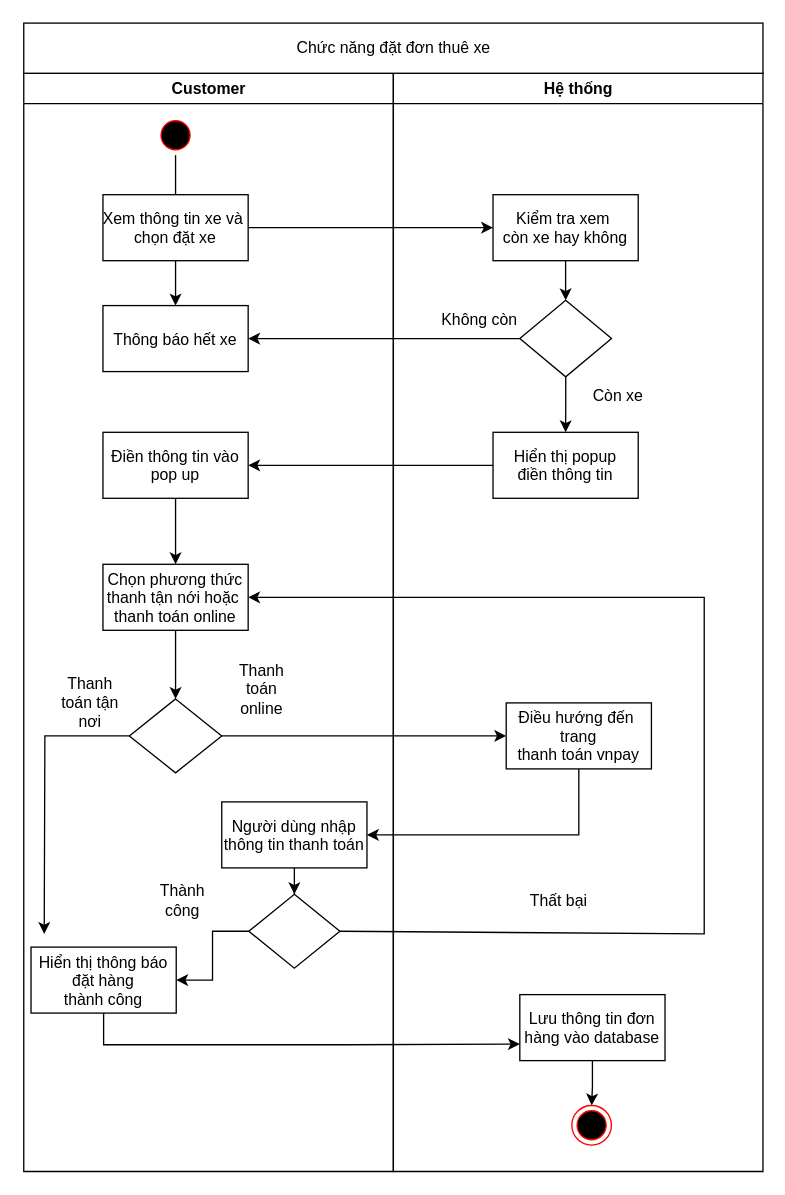
Above: Baocao/biểu đồ hành động đặt xe.drawio in VanLuyen31012003/Doan (draw.io), before the change. Source tidied: cells renumbered, new cells numbered last; positions are measured from the earlier drawing's top-left corner, leaving out a move shared by most shapes. Both pictures are drawn from the tidied source at 132%, with x=0, y=0 at pixel (22, 22).
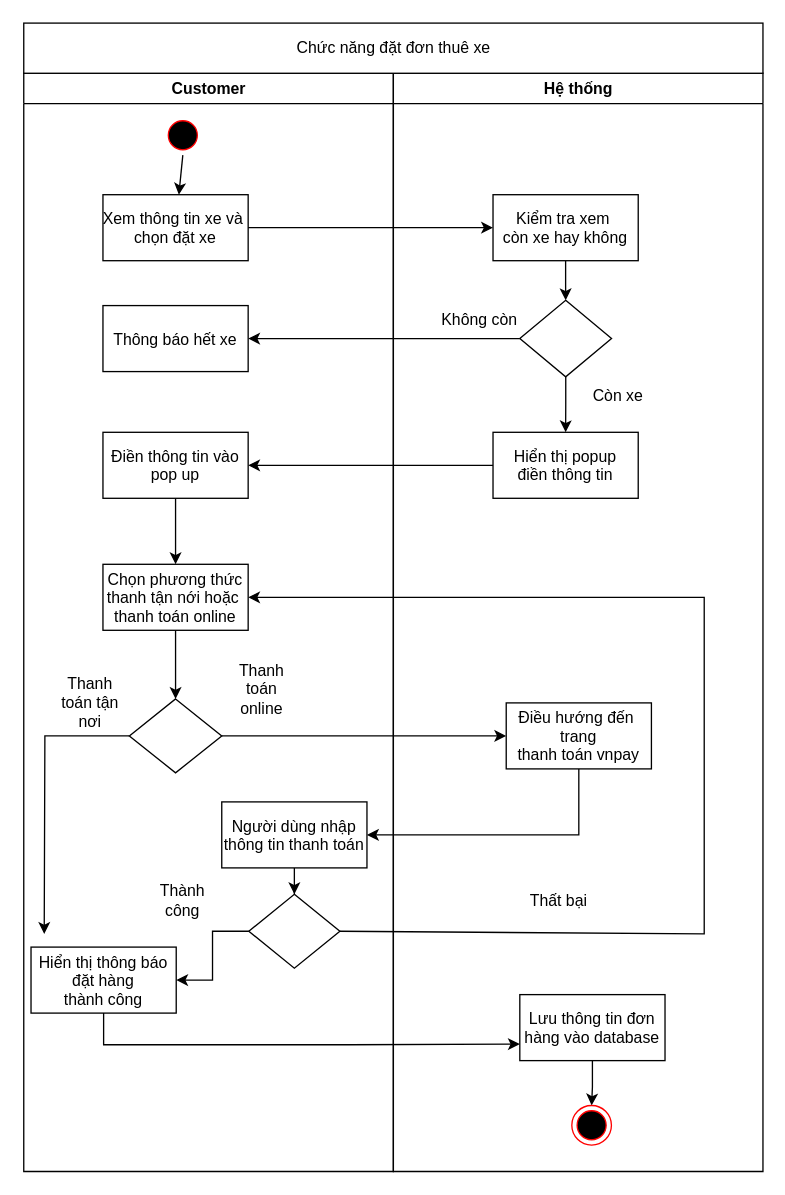
The same page after the edit.

Unchanged cells that the change refers to:
```xml
<mxCell id="2" value="Customer" style="swimlane;whiteSpace=wrap;" parent="1" vertex="1">
  <mxGeometry x="0.5" y="38" width="280" height="832" as="geometry" />
</mxCell>
<mxCell id="5" value="Xem thông tin xe và &#10;chọn đặt xe" parent="2" vertex="1">
  <mxGeometry x="60" y="92" width="110" height="50" as="geometry" />
</mxCell>
<mxCell id="10" value="Thông báo hết xe" parent="2" vertex="1">
  <mxGeometry x="60" y="176" width="110" height="50" as="geometry" />
</mxCell>
```

Change to the diagram source:
```diff
@@
-    <mxCell id="3" style="edgeStyle=orthogonalEdgeStyle;rounded=0;jettySize=auto;html=1;" parent="2" edge="1" source="4" target="10">
-      <mxGeometry relative="1" as="geometry" />
-    </mxCell>
     <mxCell id="4" style="ellipse;shape=startState;fillColor=#000000;strokeColor=#ff0000;" parent="2" vertex="1">
-      <mxGeometry x="100" y="32" width="30" height="30" as="geometry" />
+      <mxGeometry x="105.5" y="32" width="30" height="30" as="geometry" />
     </mxCell>
@@
+    <mxCell id="42" style="endArrow=classic;html=1;rounded=0;exitX=0.5;exitY=1;exitDx=0;exitDy=0;" parent="2" edge="1" source="4" target="5">
+      <mxGeometry relative="1" as="geometry" />
+    </mxCell>
```
